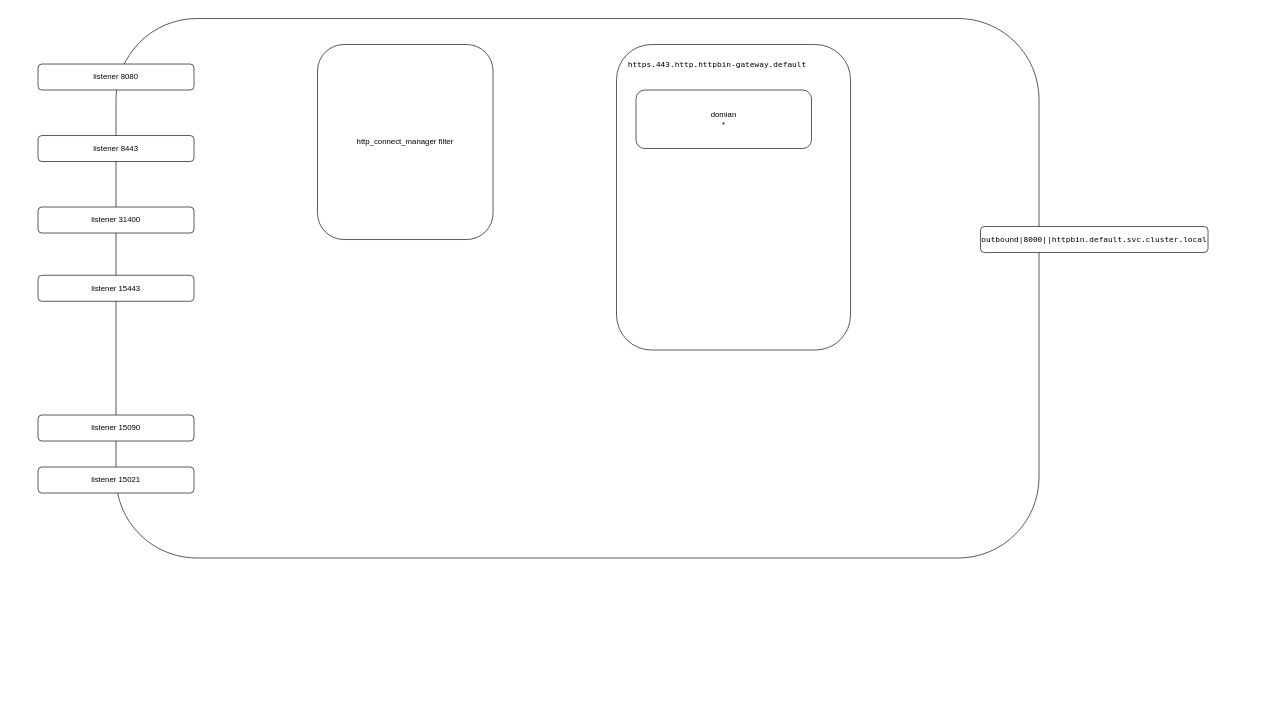
The draw.io diagram xds-ingress.drawio in yueyangtian/draw, before the edit. Source tidied: cells renumbered, new cells numbered last; positions are measured from the earlier drawing's top-left corner, leaving out a move shared by most shapes. Both pictures are drawn from the tidied source at 65%, with x=0, y=0 at pixel (38, 18).
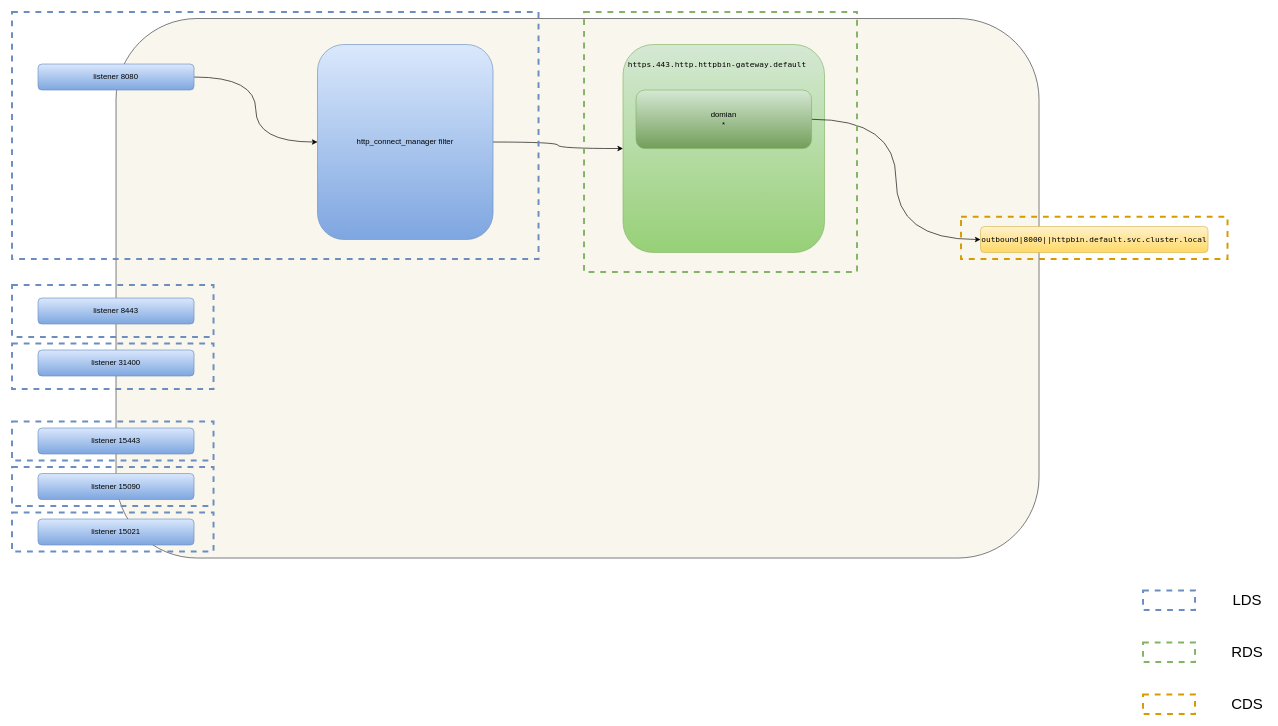
After the change.

Diff of the diagram source:
```diff
@@
-    <mxCell id="2" style="rounded=1;whiteSpace=wrap;html=1;" parent="1" vertex="1">
+    <mxCell id="2" style="rounded=1;whiteSpace=wrap;html=1;fillColor=#f9f7ed;strokeColor=#36393d;" parent="1" vertex="1">
       <mxGeometry x="120" width="1420" height="830" as="geometry" />
     </mxCell>
+    <mxCell id="14" style="edgeStyle=orthogonalEdgeStyle;curved=1;jettySize=auto;html=1;entryX=0;entryY=0.5;entryDx=0;entryDy=0;" parent="1" edge="1" source="3" target="10">
+      <mxGeometry relative="1" as="geometry" />
+    </mxCell>
-    <mxCell id="3" value="listener 8080" style="rounded=1;whiteSpace=wrap;html=1;" parent="1" vertex="1">
+    <mxCell id="3" value="listener 8080" style="rounded=1;whiteSpace=wrap;html=1;gradientColor=#7ea6e0;fillColor=#dae8fc;strokeColor=#6c8ebf;" parent="1" vertex="1">
       <mxGeometry y="70" width="240" height="40" as="geometry" />
     </mxCell>
-    <mxCell id="4" value="listener 8443" style="rounded=1;whiteSpace=wrap;html=1;" parent="1" vertex="1">
-      <mxGeometry y="180" width="240" height="40" as="geometry" />
+    <mxCell id="4" value="listener 8443" style="rounded=1;whiteSpace=wrap;html=1;gradientColor=#7ea6e0;fillColor=#dae8fc;strokeColor=#6c8ebf;" parent="1" vertex="1">
+      <mxGeometry y="430" width="240" height="40" as="geometry" />
     </mxCell>
-    <mxCell id="5" value="listener 15090" style="rounded=1;whiteSpace=wrap;html=1;" parent="1" vertex="1">
-      <mxGeometry y="610" width="240" height="40" as="geometry" />
+    <mxCell id="5" value="listener 15090" style="rounded=1;whiteSpace=wrap;html=1;gradientColor=#7ea6e0;fillColor=#dae8fc;strokeColor=#6c8ebf;" parent="1" vertex="1">
+      <mxGeometry y="700" width="240" height="40" as="geometry" />
     </mxCell>
-    <mxCell id="6" value="listener 15021" style="rounded=1;whiteSpace=wrap;html=1;" parent="1" vertex="1">
-      <mxGeometry y="690" width="240" height="40" as="geometry" />
+    <mxCell id="6" value="listener 15021" style="rounded=1;whiteSpace=wrap;html=1;gradientColor=#7ea6e0;fillColor=#dae8fc;strokeColor=#6c8ebf;" parent="1" vertex="1">
+      <mxGeometry y="770" width="240" height="40" as="geometry" />
     </mxCell>
-    <mxCell id="7" value="listener 31400" style="rounded=1;whiteSpace=wrap;html=1;" parent="1" vertex="1">
-      <mxGeometry y="290" width="240" height="40" as="geometry" />
+    <mxCell id="7" value="listener 31400" style="rounded=1;whiteSpace=wrap;html=1;gradientColor=#7ea6e0;fillColor=#dae8fc;strokeColor=#6c8ebf;" parent="1" vertex="1">
+      <mxGeometry y="510" width="240" height="40" as="geometry" />
     </mxCell>
-    <mxCell id="8" value="listener 15443" style="rounded=1;whiteSpace=wrap;html=1;" parent="1" vertex="1">
-      <mxGeometry y="395" width="240" height="40" as="geometry" />
+    <mxCell id="8" value="listener 15443" style="rounded=1;whiteSpace=wrap;html=1;gradientColor=#7ea6e0;fillColor=#dae8fc;strokeColor=#6c8ebf;" parent="1" vertex="1">
+      <mxGeometry y="630" width="240" height="40" as="geometry" />
     </mxCell>
-    <mxCell id="9" value="&lt;div style=&quot;font-family: &amp;#34;menlo&amp;#34; , &amp;#34;monaco&amp;#34; , &amp;#34;courier new&amp;#34; , monospace ; line-height: 18px&quot;&gt;&lt;div style=&quot;font-family: &amp;#34;menlo&amp;#34; , &amp;#34;monaco&amp;#34; , &amp;#34;courier new&amp;#34; , monospace ; line-height: 18px&quot;&gt;&lt;span style=&quot;background-color: rgb(255 , 255 , 255)&quot;&gt;outbound|8000||httpbin.default.svc.cluster.local&lt;/span&gt;&lt;/div&gt;&lt;/div&gt;" style="rounded=1;whiteSpace=wrap;html=1;" parent="1" vertex="1">
+    <mxCell id="9" value="&lt;div style=&quot;font-family: &amp;quot;menlo&amp;quot; , &amp;quot;monaco&amp;quot; , &amp;quot;courier new&amp;quot; , monospace ; line-height: 18px&quot;&gt;&lt;div style=&quot;font-family: &amp;quot;menlo&amp;quot; , &amp;quot;monaco&amp;quot; , &amp;quot;courier new&amp;quot; , monospace ; line-height: 18px&quot;&gt;&lt;span style=&quot;&quot;&gt;outbound|8000||httpbin.default.svc.cluster.local&lt;/span&gt;&lt;/div&gt;&lt;/div&gt;" style="rounded=1;whiteSpace=wrap;html=1;gradientColor=#ffd966;fillColor=#fff2cc;strokeColor=#d6b656;" parent="1" vertex="1">
       <mxGeometry x="1450" y="320" width="350" height="40" as="geometry" />
     </mxCell>
+    <mxCell id="15" style="edgeStyle=orthogonalEdgeStyle;curved=1;jettySize=auto;html=1;entryX=0;entryY=0.5;entryDx=0;entryDy=0;" parent="1" edge="1" source="10" target="11">
+      <mxGeometry relative="1" as="geometry" />
+    </mxCell>
-    <mxCell id="10" value="http_connect_manager filter" style="rounded=1;whiteSpace=wrap;html=1;" parent="1" vertex="1">
+    <mxCell id="10" value="http_connect_manager filter" style="rounded=1;whiteSpace=wrap;html=1;gradientColor=#7ea6e0;fillColor=#dae8fc;strokeColor=#6c8ebf;" parent="1" vertex="1">
       <mxGeometry x="430" y="40" width="270" height="300" as="geometry" />
     </mxCell>
-    <mxCell id="11" style="rounded=1;whiteSpace=wrap;html=1;" parent="1" vertex="1">
-      <mxGeometry x="890" y="40" width="360" height="470" as="geometry" />
+    <mxCell id="11" style="rounded=1;whiteSpace=wrap;html=1;gradientColor=#97d077;fillColor=#d5e8d4;strokeColor=#82b366;" parent="1" vertex="1">
+      <mxGeometry x="900" y="40" width="310" height="320" as="geometry" />
     </mxCell>
-    <mxCell id="12" value="&lt;div style=&quot;font-family: &amp;#34;menlo&amp;#34; , &amp;#34;monaco&amp;#34; , &amp;#34;courier new&amp;#34; , monospace ; line-height: 18px&quot;&gt;&lt;span style=&quot;background-color: rgb(255 , 255 , 255)&quot;&gt;https.443.http.httpbin-gateway.default&lt;/span&gt;&lt;/div&gt;" style="text;html=1;strokeColor=none;fillColor=none;align=center;verticalAlign=middle;whiteSpace=wrap;rounded=0;" parent="1" vertex="1">
+    <mxCell id="12" value="&lt;div style=&quot;font-family: &amp;quot;menlo&amp;quot; , &amp;quot;monaco&amp;quot; , &amp;quot;courier new&amp;quot; , monospace ; line-height: 18px&quot;&gt;&lt;span style=&quot;&quot;&gt;https.443.http.httpbin-gateway.default&lt;/span&gt;&lt;/div&gt;" style="text;html=1;strokeColor=none;align=center;verticalAlign=middle;whiteSpace=wrap;rounded=0;" parent="1" vertex="1">
       <mxGeometry x="840" y="60" width="410" height="20" as="geometry" />
     </mxCell>
+    <mxCell id="16" style="edgeStyle=orthogonalEdgeStyle;jettySize=auto;html=1;exitX=1;exitY=0.5;exitDx=0;exitDy=0;entryX=0;entryY=0.5;entryDx=0;entryDy=0;curved=1;" parent="1" edge="1" source="13" target="9">
+      <mxGeometry relative="1" as="geometry" />
+    </mxCell>
-    <mxCell id="13" value="domian&lt;br&gt;*" style="rounded=1;whiteSpace=wrap;html=1;" parent="1" vertex="1">
+    <mxCell id="13" value="domian&lt;br&gt;*" style="rounded=1;whiteSpace=wrap;html=1;fillColor=#d5e8d4;strokeColor=#82b366;gradientColor=#739E5A;" parent="1" vertex="1">
       <mxGeometry x="920" y="110" width="270" height="90" as="geometry" />
     </mxCell>
+    <mxCell id="17" style="rounded=0;whiteSpace=wrap;html=1;dashed=1;strokeWidth=3;strokeColor=#6c8ebf;fillColor=none;" parent="1" vertex="1">
+      <mxGeometry x="1700" y="880" width="80" height="30" as="geometry" />
+    </mxCell>
+    <mxCell id="18" style="rounded=0;whiteSpace=wrap;html=1;dashed=1;strokeWidth=3;strokeColor=#82b366;fillColor=none;" parent="1" vertex="1">
+      <mxGeometry x="1700" y="960" width="80" height="30" as="geometry" />
+    </mxCell>
+    <mxCell id="19" style="rounded=0;whiteSpace=wrap;html=1;dashed=1;strokeWidth=3;strokeColor=#d79b00;fillColor=none;" parent="1" vertex="1">
+      <mxGeometry x="1700" y="1040" width="80" height="30" as="geometry" />
+    </mxCell>
+    <mxCell id="20" value="&lt;font style=&quot;font-size: 23px&quot;&gt;LDS&lt;/font&gt;" style="text;html=1;align=center;verticalAlign=middle;strokeColor=none;" parent="1" vertex="1">
+      <mxGeometry x="1830" y="885" width="60" height="20" as="geometry" />
+    </mxCell>
+    <mxCell id="21" value="&lt;font style=&quot;font-size: 23px&quot;&gt;RDS&lt;/font&gt;" style="text;html=1;align=center;verticalAlign=middle;strokeColor=none;" parent="1" vertex="1">
+      <mxGeometry x="1830" y="965" width="60" height="20" as="geometry" />
+    </mxCell>
+    <mxCell id="22" value="&lt;font style=&quot;font-size: 23px&quot;&gt;CDS&lt;/font&gt;" style="text;html=1;align=center;verticalAlign=middle;strokeColor=none;" parent="1" vertex="1">
+      <mxGeometry x="1830" y="1045" width="60" height="20" as="geometry" />
+    </mxCell>
+    <mxCell id="23" style="rounded=0;whiteSpace=wrap;html=1;dashed=1;strokeWidth=3;strokeColor=#6c8ebf;fillColor=none;" parent="1" vertex="1">
+      <mxGeometry x="-40" y="-10" width="810" height="380" as="geometry" />
+    </mxCell>
+    <mxCell id="24" style="rounded=0;whiteSpace=wrap;html=1;dashed=1;strokeWidth=3;strokeColor=#82b366;fillColor=none;" parent="1" vertex="1">
+      <mxGeometry x="840" y="-10" width="420" height="400" as="geometry" />
+    </mxCell>
+    <mxCell id="25" style="rounded=0;whiteSpace=wrap;html=1;dashed=1;strokeWidth=3;strokeColor=#d79b00;fillColor=none;" parent="1" vertex="1">
+      <mxGeometry x="1420" y="305" width="410" height="65" as="geometry" />
+    </mxCell>
+    <mxCell id="26" style="rounded=0;whiteSpace=wrap;html=1;dashed=1;strokeWidth=3;strokeColor=#6c8ebf;fillColor=none;" parent="1" vertex="1">
+      <mxGeometry x="-40" y="410" width="310" height="80" as="geometry" />
+    </mxCell>
+    <mxCell id="27" style="rounded=0;whiteSpace=wrap;html=1;dashed=1;strokeWidth=3;strokeColor=#6c8ebf;fillColor=none;" parent="1" vertex="1">
+      <mxGeometry x="-40" y="500" width="310" height="70" as="geometry" />
+    </mxCell>
+    <mxCell id="28" style="rounded=0;whiteSpace=wrap;html=1;dashed=1;strokeWidth=3;strokeColor=#6c8ebf;fillColor=none;" parent="1" vertex="1">
+      <mxGeometry x="-40" y="620" width="310" height="60" as="geometry" />
+    </mxCell>
+    <mxCell id="29" style="rounded=0;whiteSpace=wrap;html=1;dashed=1;strokeWidth=3;strokeColor=#6c8ebf;fillColor=none;" parent="1" vertex="1">
+      <mxGeometry x="-40" y="690" width="310" height="60" as="geometry" />
+    </mxCell>
+    <mxCell id="30" style="rounded=0;whiteSpace=wrap;html=1;dashed=1;strokeWidth=3;strokeColor=#6c8ebf;fillColor=none;" parent="1" vertex="1">
+      <mxGeometry x="-40" y="760" width="310" height="60" as="geometry" />
+    </mxCell>
```
